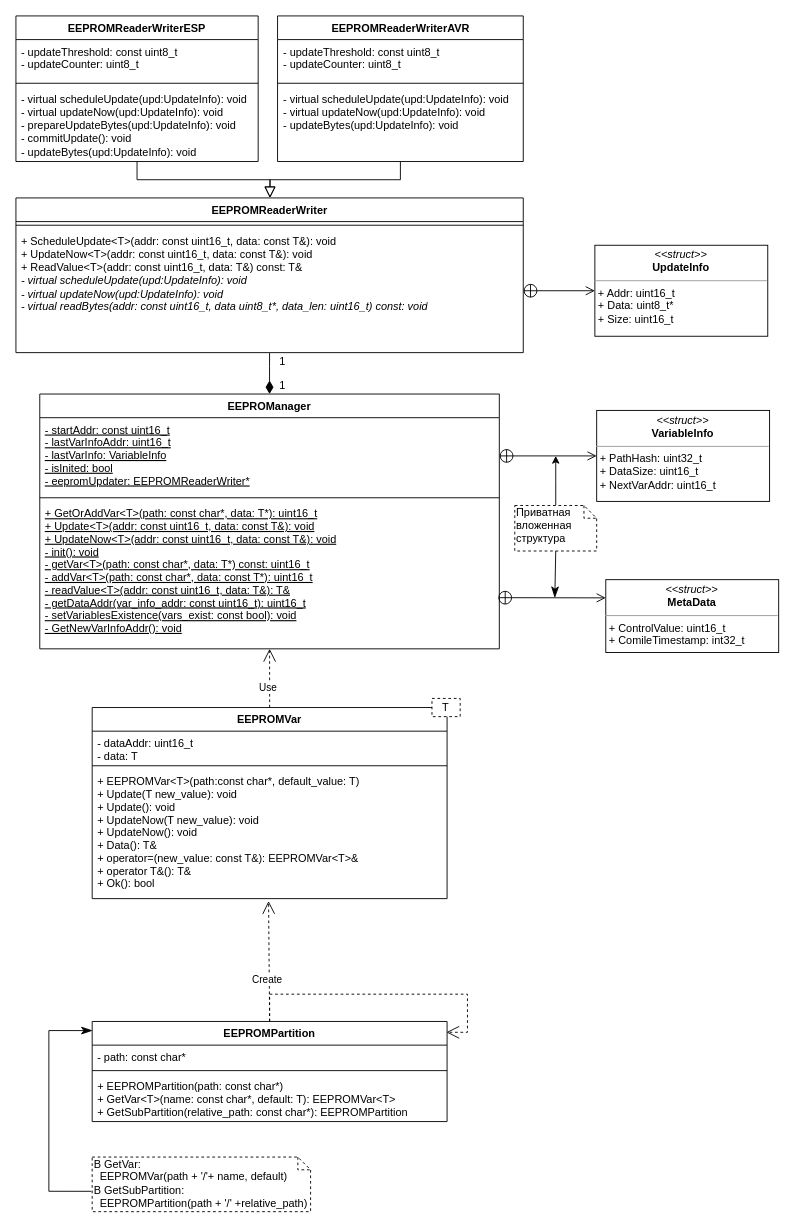
Above: report/resources/sources/class-diagram.drawio in almiluk/bachelor_thesis (draw.io), before the change. Source tidied: cells renumbered, new cells numbered last; positions are measured from the earlier drawing's top-left corner, leaving out a move shared by most shapes. Both pictures are drawn from the tidied source at 91%, with x=0, y=0 at pixel (15, 15).
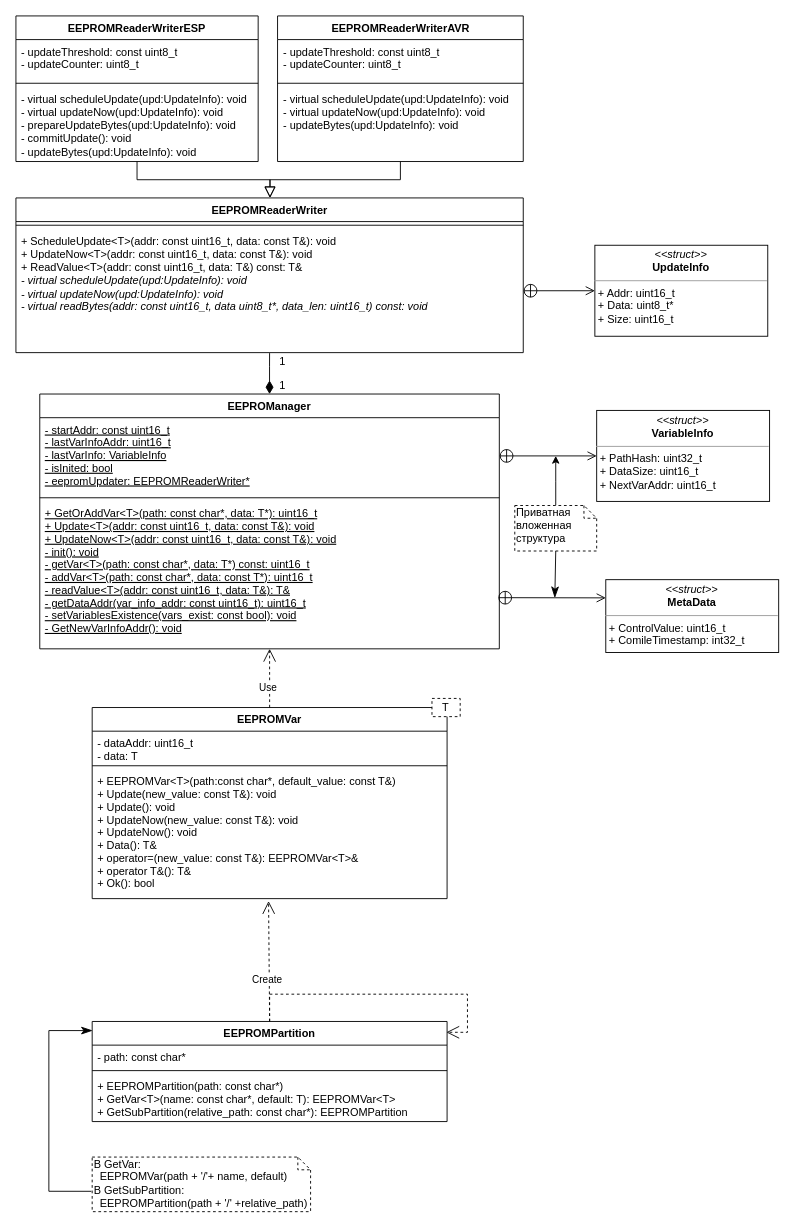
The same diagram, later.

Commit message (it also covers changes not shown here):
report: fix eeprom class diagram

The change refers to these unchanged cells:
```xml
<mxCell id="3" value="EEPROMVar" style="swimlane;fontStyle=1;align=center;verticalAlign=top;horizontal=1;startSize=26;" parent="1" vertex="1">
  <mxGeometry x="83.8" y="760" width="390" height="210" as="geometry" />
</mxCell>
```

Diff of the diagram source:
```diff
@@
-    <mxCell id="6" value="+ EEPROMVar&lt;T&gt;(path:const char*, default_value: T)&#10;+ Update(T new_value): void&#10;+ Update(): void&#10;+ UpdateNow(T new_value): void&#10;+ UpdateNow(): void&#10;+ Data(): T&amp;&#10;+ operator=(new_value: const T&amp;): EEPROMVar&lt;T&gt;&amp;&#10;+ operator T&amp;(): T&amp;&#10;+ Ok(): bool" style="text;strokeColor=none;fillColor=none;align=left;verticalAlign=top;spacingLeft=4;spacingRight=4;overflow=hidden;points=[[0,0.5],[1,0.5]];portConstraint=eastwest;" parent="3" vertex="1">
+    <mxCell id="6" value="+ EEPROMVar&lt;T&gt;(path:const char*, default_value: const T&amp;)&#10;+ Update(new_value: const T&amp;): void&#10;+ Update(): void&#10;+ UpdateNow(new_value: const T&amp;): void&#10;+ UpdateNow(): void&#10;+ Data(): T&amp;&#10;+ operator=(new_value: const T&amp;): EEPROMVar&lt;T&gt;&amp;&#10;+ operator T&amp;(): T&amp;&#10;+ Ok(): bool" style="text;strokeColor=none;fillColor=none;align=left;verticalAlign=top;spacingLeft=4;spacingRight=4;overflow=hidden;points=[[0,0.5],[1,0.5]];portConstraint=eastwest;" parent="3" vertex="1">
       <mxGeometry y="68" width="390" height="142" as="geometry" />
     </mxCell>
```
